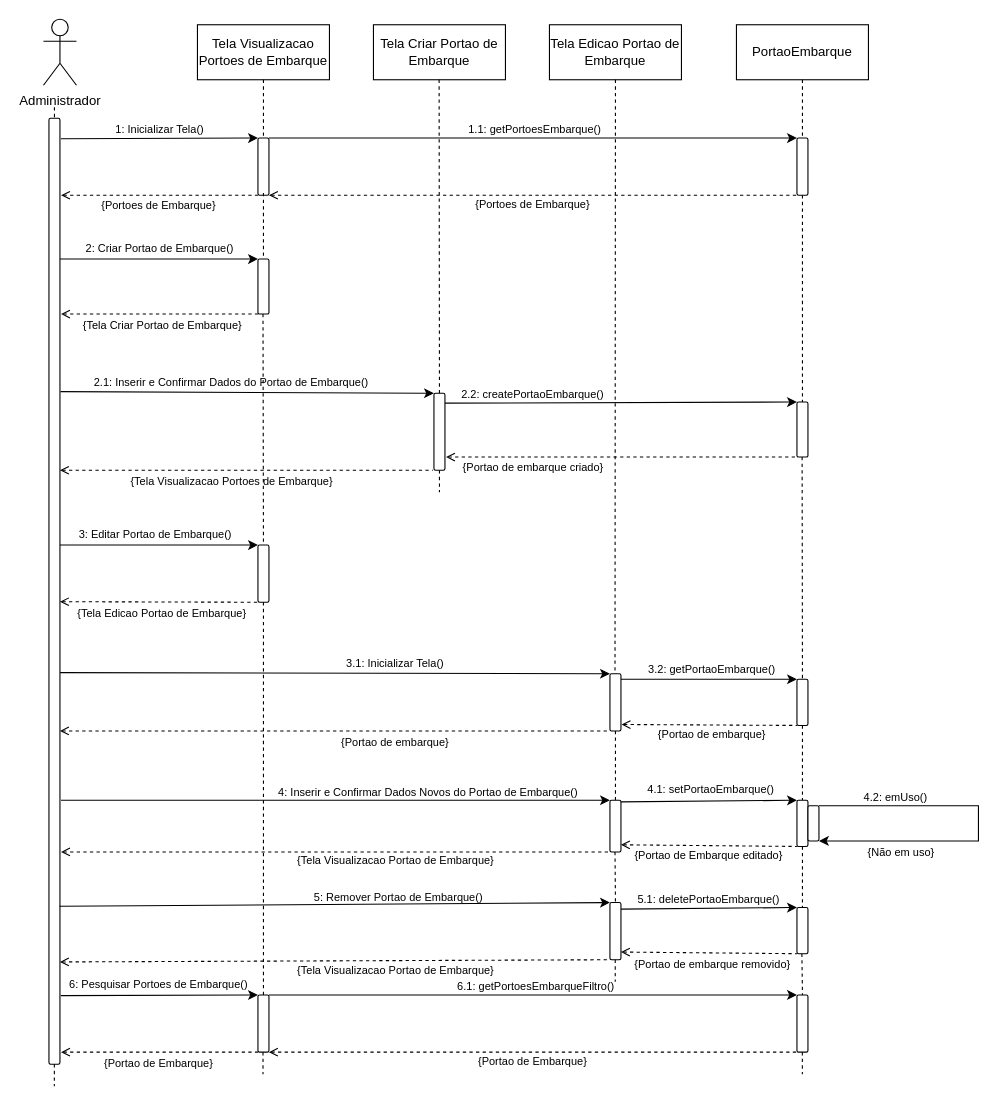
Earlier version of the draw.io diagram Diagramas/Eng_de_Software/Modelos/Sequencia/Manter_Portoes_de_Embarque.drawio (GabrielGMori/trabalho-conclus-o-ano). Source tidied: cells renumbered, new cells numbered last; positions are measured from the earlier drawing's top-left corner, leaving out a move shared by most shapes. Both pictures are drawn from the tidied source at 110%, with x=0, y=0 at pixel (43, 19).
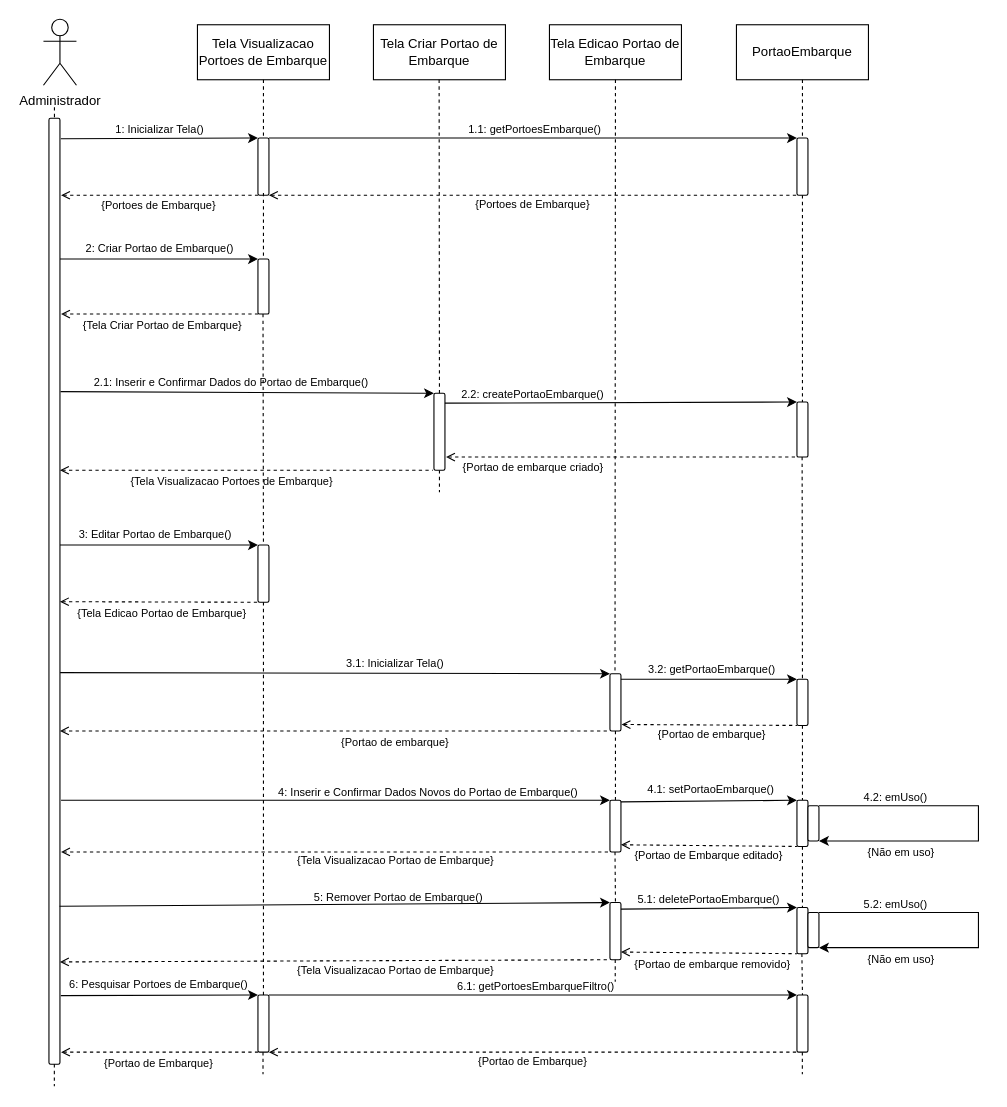
The same page after the edit.

What changed in the source:
```diff
@@
+    <mxCell id="103" value="&lt;font&gt;5.2: emUso&lt;/font&gt;&lt;font&gt;()&lt;/font&gt;" style="text;html=1;align=center;verticalAlign=middle;whiteSpace=wrap;rounded=0;fontSize=10;" parent="1" vertex="1">
+      <mxGeometry x="695" y="794" width="160" height="20" as="geometry" />
+    </mxCell>
+    <mxCell id="104" style="endArrow=classic;html=1;rounded=0;exitX=1;exitY=0;exitDx=0;exitDy=0;entryX=1;entryY=1;entryDx=0;entryDy=0;" parent="1" edge="1" source="105" target="105">
+      <mxGeometry relative="1" as="geometry">
+        <Array as="points">
+          <mxPoint x="850" y="812" />
+          <mxPoint x="850" y="844" />
+        </Array>
+      </mxGeometry>
+    </mxCell>
+    <mxCell id="105" style="rounded=1;whiteSpace=wrap;html=1;" parent="1" vertex="1">
+      <mxGeometry x="695" y="812" width="10" height="32" as="geometry" />
+    </mxCell>
+    <mxCell id="106" value="{Não em uso}" style="text;html=1;align=center;verticalAlign=middle;whiteSpace=wrap;rounded=0;fontSize=10;" parent="1" vertex="1">
+      <mxGeometry x="705" y="844" width="150" height="20" as="geometry" />
+    </mxCell>
```
